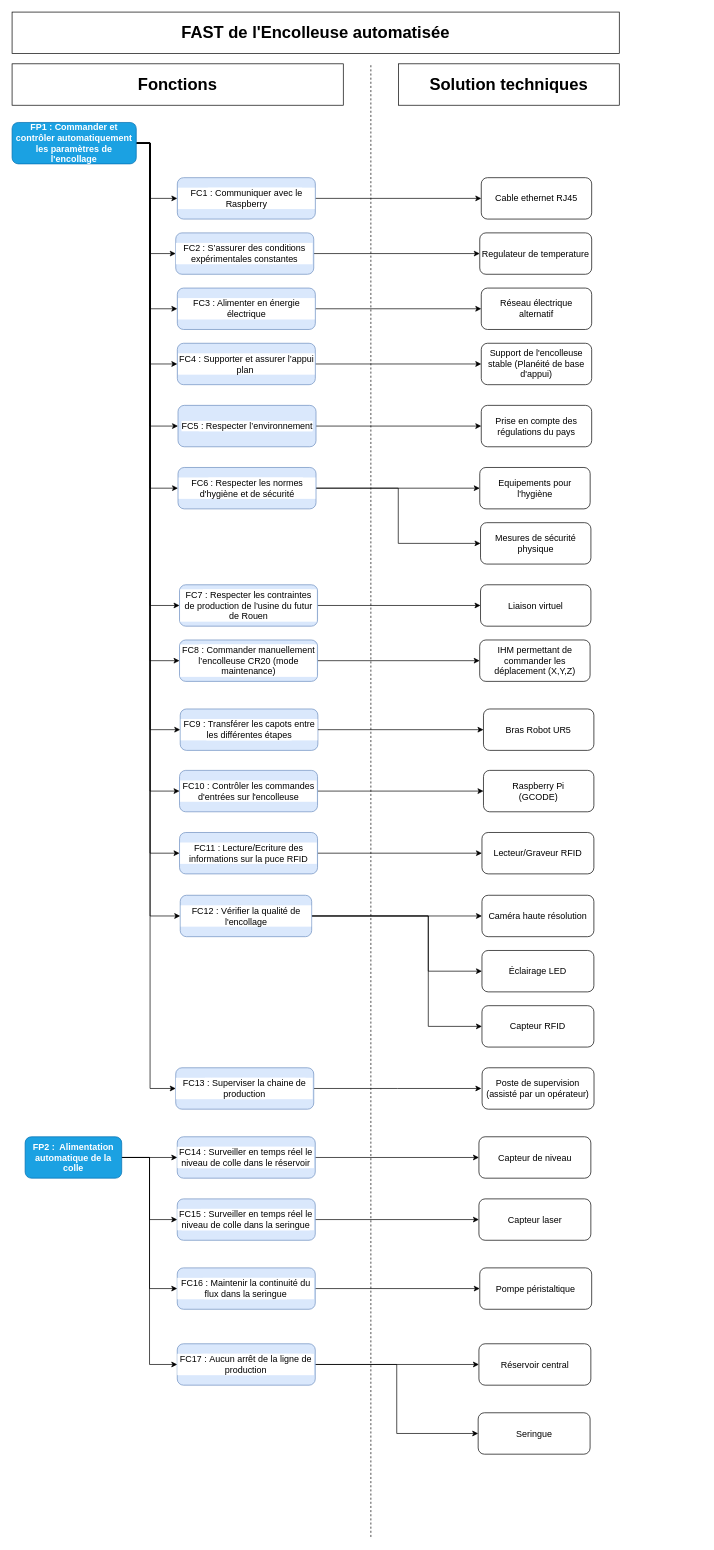
Before: FAST DIAGRAM/Diagramme_FAST.drawio in CharifMah/Systemes_automatises, a draw.io diagram. Source tidied: cells renumbered, new cells numbered last; positions are measured from the earlier drawing's top-left corner, leaving out a move shared by most shapes. Both pictures are drawn from the tidied source at 69%, with x=0, y=0 at pixel (12, 12).
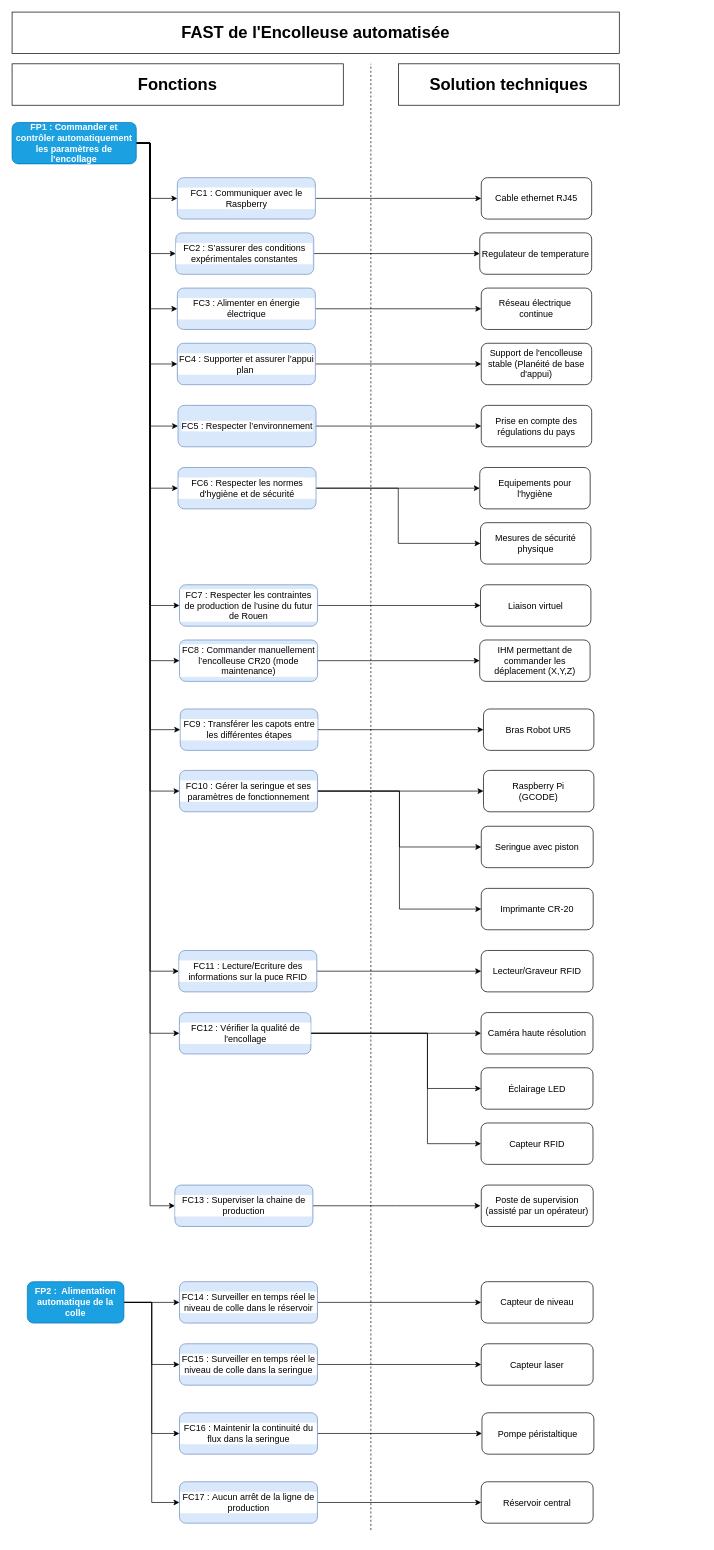
After the change.

Commit message:
Mettre à jour Diagramme_FAST.drawio

The change refers to these unchanged cells:
```xml
<mxCell id="19" value="&lt;span&gt;&lt;font style=&quot;color: light-dark(rgb(255, 255, 255), rgb(0, 0, 0));&quot;&gt;FP1 : Commander et contrôler automatiquement les paramètres de l'encollage&lt;/font&gt;&lt;/span&gt;" style="rounded=1;whiteSpace=wrap;html=1;fillColor=#1ba1e2;fontColor=#ffffff;strokeColor=#006EAF;fontFamily=Helvetica;fontSize=13;fontStyle=1;" parent="1" vertex="1">
  <mxGeometry y="160" width="180" height="60" as="geometry" />
</mxCell>
```

Change to the diagram source:
```diff
@@
+    <mxCell id="85" style="edgeStyle=orthogonalEdgeStyle;rounded=0;jettySize=auto;html=1;entryX=0;entryY=0.5;entryDx=0;entryDy=0;" parent="1" edge="1" source="3" target="87">
+      <mxGeometry relative="1" as="geometry" />
+    </mxCell>
+    <mxCell id="86" style="edgeStyle=orthogonalEdgeStyle;rounded=0;jettySize=auto;html=1;entryX=0;entryY=0.5;entryDx=0;entryDy=0;" parent="1" edge="1" source="3" target="88">
+      <mxGeometry relative="1" as="geometry" />
+    </mxCell>
-    <mxCell id="3" value="&lt;span&gt;FC10 : Contrôler les commandes d'entrées sur l'encolleuse&lt;/span&gt;" style="rounded=1;whiteSpace=wrap;html=1;labelBackgroundColor=default;labelBorderColor=none;textShadow=0;fillColor=#dae8fc;strokeColor=#6c8ebf;fontFamily=Helvetica;fontSize=13;fontStyle=0;" parent="1" vertex="1">
+    <mxCell id="3" value="&lt;span&gt;FC10 : Gérer la seringue et ses paramètres de fonctionnement&lt;/span&gt;" style="rounded=1;whiteSpace=wrap;html=1;labelBackgroundColor=default;labelBorderColor=none;textShadow=0;fillColor=#dae8fc;strokeColor=#6c8ebf;fontFamily=Helvetica;fontSize=13;fontStyle=0;" parent="1" vertex="1">
       <mxGeometry x="242.7" y="1099" width="200" height="60" as="geometry" />
     </mxCell>
@@
     <mxCell id="16" style="edgeStyle=orthogonalEdgeStyle;rounded=0;jettySize=auto;html=1;entryX=0;entryY=0.5;entryDx=0;entryDy=0;" parent="1" edge="1" source="19" target="68">
       <mxGeometry relative="1" as="geometry">
         <Array as="points">
           <mxPoint x="200" y="190" />
-          <mxPoint x="200" y="1219" />
+          <mxPoint x="200" y="1390" />
         </Array>
       </mxGeometry>
     </mxCell>
     <mxCell id="17" style="edgeStyle=orthogonalEdgeStyle;rounded=0;jettySize=auto;html=1;entryX=0;entryY=0.5;entryDx=0;entryDy=0;" parent="1" edge="1" source="19" target="32">
       <mxGeometry relative="1" as="geometry">
         <Array as="points">
           <mxPoint x="200" y="190" />
-          <mxPoint x="200" y="1310" />
+          <mxPoint x="200" y="1480" />
         </Array>
       </mxGeometry>
     </mxCell>
     <mxCell id="18" style="edgeStyle=orthogonalEdgeStyle;rounded=0;jettySize=auto;html=1;entryX=0;entryY=0.5;entryDx=0;entryDy=0;" parent="1" edge="1" source="19" target="82">
       <mxGeometry relative="1" as="geometry">
         <Array as="points">
           <mxPoint x="200" y="190" />
-          <mxPoint x="200" y="1560" />
+          <mxPoint x="200" y="1730" />
         </Array>
       </mxGeometry>
     </mxCell>
@@
     <mxCell id="24" value="Capteur de niveau" style="rounded=1;whiteSpace=wrap;html=1;fontFamily=Helvetica;fontSize=13;" parent="1" vertex="1">
-      <mxGeometry x="676.6" y="1630" width="162.2" height="60" as="geometry" />
+      <mxGeometry x="679.9" y="1840" width="162.2" height="60" as="geometry" />
     </mxCell>
@@
     <mxCell id="27" value="Réservoir central" style="rounded=1;whiteSpace=wrap;html=1;fontFamily=Helvetica;fontSize=13;" parent="1" vertex="1">
-      <mxGeometry x="676.6" y="1930" width="162.2" height="60" as="geometry" />
+      <mxGeometry x="679.9" y="2130" width="162.2" height="60" as="geometry" />
     </mxCell>
     <mxCell id="28" value="Pompe péristaltique" style="rounded=1;whiteSpace=wrap;html=1;fontFamily=Helvetica;fontSize=13;" parent="1" vertex="1">
-      <mxGeometry x="677.8" y="1820" width="162.2" height="60" as="geometry" />
+      <mxGeometry x="681" y="2030" width="162.2" height="60" as="geometry" />
     </mxCell>
@@
     <mxCell id="30" style="edgeStyle=orthogonalEdgeStyle;rounded=0;jettySize=auto;html=1;entryX=0;entryY=0.5;entryDx=0;entryDy=0;fontFamily=Helvetica;fontSize=13;fontStyle=0;" parent="1" edge="1" source="32" target="34">
       <mxGeometry relative="1" as="geometry">
         <Array as="points">
-          <mxPoint x="603.2" y="1310" />
-          <mxPoint x="603.2" y="1390" />
+          <mxPoint x="602" y="1480" />
+          <mxPoint x="602" y="1560" />
         </Array>
       </mxGeometry>
     </mxCell>
     <mxCell id="31" style="edgeStyle=orthogonalEdgeStyle;rounded=0;jettySize=auto;html=1;entryX=0;entryY=0.5;entryDx=0;entryDy=0;fontSize=13;fontStyle=0;" parent="1" edge="1" source="32" target="65">
       <mxGeometry relative="1" as="geometry">
         <Array as="points">
-          <mxPoint x="603.2" y="1310" />
-          <mxPoint x="603.2" y="1470" />
+          <mxPoint x="602" y="1480" />
+          <mxPoint x="602" y="1640" />
         </Array>
       </mxGeometry>
     </mxCell>
     <mxCell id="32" value="&lt;span&gt;FC12 : Vérifier la qualité de l'encollage&lt;/span&gt;" style="rounded=1;whiteSpace=wrap;html=1;labelBackgroundColor=default;labelBorderColor=none;textShadow=0;fillColor=#dae8fc;strokeColor=#6c8ebf;fontFamily=Helvetica;fontSize=13;fontStyle=0;" parent="1" vertex="1">
-      <mxGeometry x="243.7" y="1280" width="190.5" height="60" as="geometry" />
+      <mxGeometry x="242.5" y="1450" width="190.5" height="60" as="geometry" />
     </mxCell>
     <mxCell id="33" value="Caméra haute résolution" style="rounded=1;whiteSpace=wrap;html=1;fontFamily=Helvetica;fontSize=13;fontStyle=0;" parent="1" vertex="1">
-      <mxGeometry x="681" y="1280" width="162.2" height="60" as="geometry" />
+      <mxGeometry x="679.7" y="1450" width="162.2" height="60" as="geometry" />
     </mxCell>
     <mxCell id="34" value="Éclairage LED" style="rounded=1;whiteSpace=wrap;html=1;fontFamily=Helvetica;fontSize=13;fontStyle=0;" parent="1" vertex="1">
-      <mxGeometry x="681" y="1360" width="162.2" height="60" as="geometry" />
+      <mxGeometry x="679.7" y="1530" width="162.2" height="60" as="geometry" />
     </mxCell>
@@
     <mxCell id="39" value="&lt;span&gt;&lt;font style=&quot;color: rgb(255, 255, 255);&quot;&gt;FP2 :&amp;nbsp; Alimentation automatique de la colle&lt;/font&gt;&lt;/span&gt;" style="rounded=1;whiteSpace=wrap;html=1;fillColor=#1ba1e2;fontColor=#ffffff;strokeColor=#006EAF;fontFamily=Helvetica;fontSize=13;fontStyle=1;" parent="1" vertex="1">
-      <mxGeometry x="18.9" y="1630" width="140" height="60" as="geometry" />
+      <mxGeometry x="22.1" y="1840" width="140" height="60" as="geometry" />
     </mxCell>
@@
-    <mxCell id="45" value="Réseau électrique alternatif" style="rounded=1;whiteSpace=wrap;html=1;fontSize=13;fontStyle=0;" parent="1" vertex="1">
+    <mxCell id="45" value="Réseau électrique&amp;nbsp;&lt;div&gt;continue&lt;/div&gt;" style="rounded=1;whiteSpace=wrap;html=1;fontSize=13;fontStyle=0;" parent="1" vertex="1">
       <mxGeometry x="680" y="400" width="160" height="60" as="geometry" />
     </mxCell>
@@
-    <mxCell id="61" style="edgeStyle=orthogonalEdgeStyle;rounded=0;jettySize=auto;html=1;entryX=0;entryY=0.5;entryDx=0;entryDy=0;" parent="1" edge="1" source="62" target="63">
-      <mxGeometry relative="1" as="geometry" />
-    </mxCell>
     <mxCell id="62" value="&lt;div&gt;&lt;font&gt;FC17&lt;/font&gt;&lt;span style=&quot;color: light-dark(rgb(0, 0, 0), rgb(255, 255, 255)); background-color: light-dark(#ffffff, var(--ge-dark-color, #121212));&quot;&gt;&amp;nbsp;:&amp;nbsp;&lt;/span&gt;&lt;span style=&quot;color: light-dark(rgb(0, 0, 0), rgb(255, 255, 255)); background-color: light-dark(#ffffff, var(--ge-dark-color, #121212));&quot;&gt;Aucun arrêt de la ligne de production&lt;/span&gt;&lt;/div&gt;" style="rounded=1;whiteSpace=wrap;html=1;labelBackgroundColor=default;labelBorderColor=none;textShadow=0;fillColor=#dae8fc;strokeColor=#6c8ebf;fontFamily=Helvetica;fontSize=13;" parent="1" vertex="1">
-      <mxGeometry x="239.4" y="1930" width="200" height="60" as="geometry" />
+      <mxGeometry x="242.6" y="2130" width="200" height="60" as="geometry" />
     </mxCell>
-    <mxCell id="63" value="Seringue" style="rounded=1;whiteSpace=wrap;html=1;fontFamily=Helvetica;fontSize=13;" parent="1" vertex="1">
-      <mxGeometry x="675.5" y="2030" width="162.2" height="60" as="geometry" />
-    </mxCell>
     <mxCell id="64" style="endArrow=none;html=1;rounded=0;dashed=1;" parent="1" edge="1">
       <mxGeometry relative="1" as="geometry">
-        <mxPoint x="520" y="2210" as="sourcePoint" />
+        <mxPoint x="520" y="2200" as="sourcePoint" />
         <mxPoint x="520" y="75" as="targetPoint" />
       </mxGeometry>
     </mxCell>
     <mxCell id="65" value="Capteur RFID" style="rounded=1;whiteSpace=wrap;html=1;fontFamily=Helvetica;fontSize=13;fontStyle=0;" parent="1" vertex="1">
-      <mxGeometry x="681" y="1440" width="162.2" height="60" as="geometry" />
+      <mxGeometry x="679.7" y="1610" width="162.2" height="60" as="geometry" />
     </mxCell>
@@
     <mxCell id="68" value="&lt;span&gt;FC11 : Lecture/Ecriture&amp;nbsp;&lt;/span&gt;&lt;span lang=&quot;FR&quot; style=&quot;font-family: Calibri, sans-serif;&quot;&gt;des informations&amp;nbsp;&lt;/span&gt;&lt;span&gt;sur la puce RFID&lt;/span&gt;" style="rounded=1;whiteSpace=wrap;html=1;labelBackgroundColor=default;labelBorderColor=none;textShadow=0;fillColor=#dae8fc;strokeColor=#6c8ebf;fontFamily=Helvetica;fontSize=13;fontStyle=0;" parent="1" vertex="1">
-      <mxGeometry x="242.7" y="1189" width="200" height="60" as="geometry" />
+      <mxGeometry x="241.7" y="1360" width="200" height="60" as="geometry" />
     </mxCell>
     <mxCell id="69" value="Lecteur/Graveur RFID" style="rounded=1;whiteSpace=wrap;html=1;labelBackgroundColor=default;labelBorderColor=none;textShadow=0;fontFamily=Helvetica;fontSize=13;fontStyle=0;" parent="1" vertex="1">
-      <mxGeometry x="681" y="1189" width="162.2" height="60" as="geometry" />
+      <mxGeometry x="679.9" y="1360" width="162.2" height="60" as="geometry" />
     </mxCell>
@@
     <mxCell id="71" value="&lt;div&gt;&lt;font&gt;FC14&lt;/font&gt;&lt;span style=&quot;color: light-dark(rgb(0, 0, 0), rgb(255, 255, 255)); background-color: light-dark(#ffffff, var(--ge-dark-color, #121212));&quot;&gt;&amp;nbsp;:&amp;nbsp;&lt;/span&gt;&lt;span style=&quot;color: light-dark(rgb(0, 0, 0), rgb(255, 255, 255)); background-color: light-dark(#ffffff, var(--ge-dark-color, #121212));&quot;&gt;Surveiller en temps réel le niveau de colle dans le réservoir&lt;/span&gt;&lt;/div&gt;" style="rounded=1;whiteSpace=wrap;html=1;labelBackgroundColor=default;labelBorderColor=none;textShadow=0;fillColor=#dae8fc;strokeColor=#6c8ebf;fontFamily=Helvetica;fontSize=13;" parent="1" vertex="1">
-      <mxGeometry x="239.4" y="1630" width="200" height="60" as="geometry" />
+      <mxGeometry x="242.6" y="1840" width="200" height="60" as="geometry" />
     </mxCell>
     <mxCell id="72" value="Capteur laser" style="rounded=1;whiteSpace=wrap;html=1;fontFamily=Helvetica;fontSize=13;" parent="1" vertex="1">
-      <mxGeometry x="676.6" y="1720" width="162.2" height="60" as="geometry" />
+      <mxGeometry x="679.9" y="1930" width="162.2" height="60" as="geometry" />
     </mxCell>
@@
     <mxCell id="74" value="&lt;div&gt;&lt;font&gt;FC15&lt;/font&gt;&lt;span style=&quot;color: light-dark(rgb(0, 0, 0), rgb(255, 255, 255)); background-color: light-dark(#ffffff, var(--ge-dark-color, #121212));&quot;&gt;&amp;nbsp;:&amp;nbsp;&lt;/span&gt;&lt;span style=&quot;color: light-dark(rgb(0, 0, 0), rgb(255, 255, 255)); background-color: light-dark(#ffffff, var(--ge-dark-color, #121212));&quot;&gt;Surveiller en temps réel le niveau de colle dans la seringue&lt;/span&gt;&lt;/div&gt;" style="rounded=1;whiteSpace=wrap;html=1;labelBackgroundColor=default;labelBorderColor=none;textShadow=0;fillColor=#dae8fc;strokeColor=#6c8ebf;fontFamily=Helvetica;fontSize=13;" parent="1" vertex="1">
-      <mxGeometry x="239.4" y="1720" width="200" height="60" as="geometry" />
+      <mxGeometry x="242.6" y="1930" width="200" height="60" as="geometry" />
     </mxCell>
@@
     <mxCell id="76" value="&lt;div&gt;&lt;font&gt;FC16&lt;/font&gt;&lt;span style=&quot;color: light-dark(rgb(0, 0, 0), rgb(255, 255, 255)); background-color: light-dark(#ffffff, var(--ge-dark-color, #121212));&quot;&gt;&amp;nbsp;: Maintenir la continuité du flux dans la seringue&lt;/span&gt;&lt;/div&gt;" style="rounded=1;whiteSpace=wrap;html=1;labelBackgroundColor=default;labelBorderColor=none;textShadow=0;fillColor=#dae8fc;strokeColor=#6c8ebf;fontFamily=Helvetica;fontSize=13;" parent="1" vertex="1">
-      <mxGeometry x="239.4" y="1820" width="200" height="60" as="geometry" />
+      <mxGeometry x="242.6" y="2030" width="200" height="60" as="geometry" />
     </mxCell>
@@
     <mxCell id="81" style="edgeStyle=orthogonalEdgeStyle;rounded=0;jettySize=auto;html=1;" parent="1" edge="1" source="82">
       <mxGeometry relative="1" as="geometry">
-        <mxPoint x="680.1" y="1560" as="targetPoint" />
+        <mxPoint x="678.9" y="1730" as="targetPoint" />
       </mxGeometry>
     </mxCell>
     <mxCell id="82" value="&lt;div&gt;&lt;font&gt;FC13&lt;/font&gt;&lt;span style=&quot;color: light-dark(rgb(0, 0, 0), rgb(255, 255, 255)); background-color: light-dark(#ffffff, var(--ge-dark-color, #121212));&quot;&gt;&amp;nbsp;:&amp;nbsp;&lt;/span&gt;&lt;span style=&quot;color: light-dark(rgb(0, 0, 0), rgb(255, 255, 255)); background-color: light-dark(#ffffff, var(--ge-dark-color, #121212));&quot;&gt;Superviser la chaine de production&lt;/span&gt;&lt;/div&gt;" style="rounded=1;whiteSpace=wrap;html=1;labelBackgroundColor=default;labelBorderColor=none;textShadow=0;fillColor=#dae8fc;strokeColor=#6c8ebf;fontFamily=Helvetica;fontSize=13;" parent="1" vertex="1">
-      <mxGeometry x="237.2" y="1530" width="200" height="60" as="geometry" />
+      <mxGeometry x="236" y="1700" width="200" height="60" as="geometry" />
     </mxCell>
     <mxCell id="83" value="Poste de supervision (assisté par un opérateur)" style="rounded=1;whiteSpace=wrap;html=1;fontFamily=Helvetica;fontSize=13;fontStyle=0;" parent="1" vertex="1">
-      <mxGeometry x="681.2" y="1530" width="162.2" height="60" as="geometry" />
+      <mxGeometry x="680" y="1700" width="162.2" height="60" as="geometry" />
     </mxCell>
@@
+    <mxCell id="87" value="Seringue avec piston" style="rounded=1;whiteSpace=wrap;html=1;fontFamily=Helvetica;fontSize=13;" parent="1" vertex="1">
+      <mxGeometry x="680" y="1180" width="162.2" height="60" as="geometry" />
+    </mxCell>
+    <mxCell id="88" value="Imprimante CR-20" style="rounded=1;whiteSpace=wrap;html=1;fontFamily=Helvetica;fontSize=13;" parent="1" vertex="1">
+      <mxGeometry x="680" y="1270" width="162.2" height="60" as="geometry" />
+    </mxCell>
```
